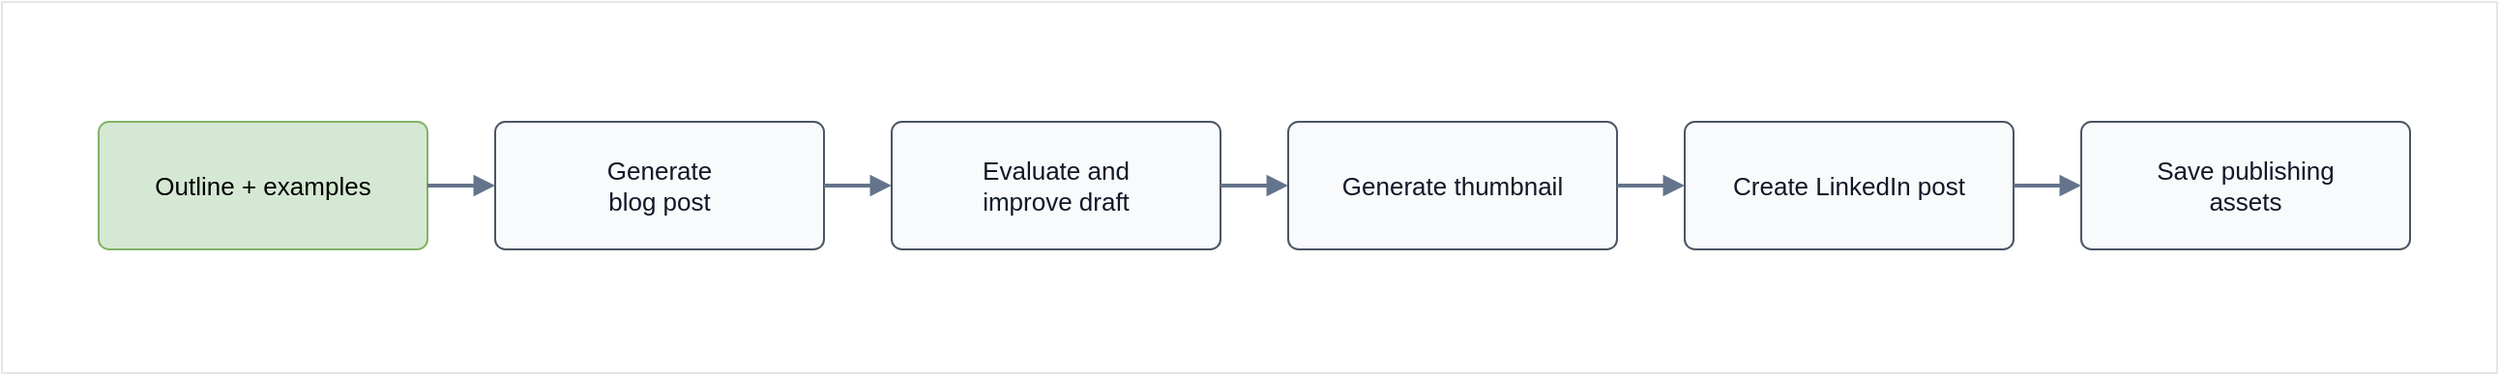
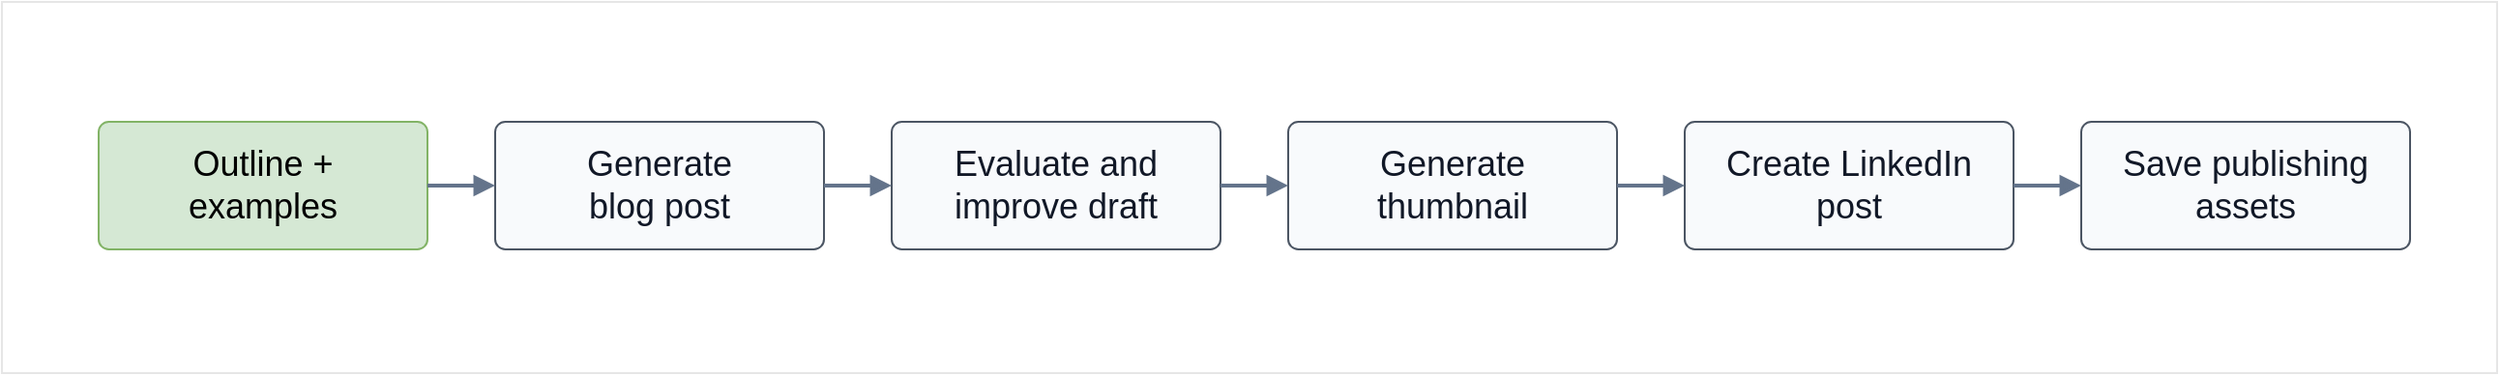
<mxfile host="Electron" agent="Mozilla/5.0 (Windows NT 10.0; Win64; x64) AppleWebKit/537.36 (KHTML, like Gecko) draw.io/29.5.2 Chrome/142.0.7444.265 Electron/39.6.1 Safari/537.36" version="29.5.2">
  <diagram id="ai-content-publishing-workflow" name="AI Content Publishing Workflow">
    <mxGraphModel dx="2660" dy="901" grid="1" gridSize="10" guides="1" tooltips="1" connect="1" arrows="1" fold="1" page="1" pageScale="1" pageWidth="1120" pageHeight="520" math="0" shadow="0">
      <root>
        <mxCell id="0" />
        <mxCell id="1" parent="0" />
        <mxCell id="13mhb8gywU59RStLdDvJ-1" parent="1" style="rounded=0;whiteSpace=wrap;html=1;strokeColor=#E6E6E6;" value="" vertex="1">
          <mxGeometry height="192" width="1290" x="-10" y="118" as="geometry" />
        </mxCell>
-         <mxCell id="id2" parent="1" style="rounded=1;whiteSpace=wrap;html=1;arcSize=8;strokeColor=#82b366;fillColor=#d5e8d4;fontSize=13;spacing=10;" value="Outline + examples" vertex="1">
+         <mxCell id="id2" parent="1" style="rounded=1;whiteSpace=wrap;html=1;arcSize=8;strokeColor=#82b366;fillColor=#d5e8d4;fontSize=18;spacing=10;" value="Outline + examples" vertex="1">
          <mxGeometry height="66" width="170" x="40" y="180" as="geometry" />
        </mxCell>
-         <mxCell id="id3" parent="1" style="rounded=1;whiteSpace=wrap;html=1;arcSize=8;strokeColor=#4b5563;fillColor=#f8fafc;fontColor=#111827;fontSize=13;spacing=10;" value="Generate&lt;br&gt;blog post" vertex="1">
+         <mxCell id="id3" parent="1" style="rounded=1;whiteSpace=wrap;html=1;arcSize=8;strokeColor=#4b5563;fillColor=#f8fafc;fontColor=#111827;fontSize=18;spacing=10;" value="Generate&lt;br&gt;blog post" vertex="1">
          <mxGeometry height="66" width="170" x="245" y="180" as="geometry" />
        </mxCell>
-         <mxCell id="id4" parent="1" style="rounded=1;whiteSpace=wrap;html=1;arcSize=8;strokeColor=#4b5563;fillColor=#f8fafc;fontColor=#111827;fontSize=13;spacing=10;" value="Evaluate and&lt;br&gt;improve draft" vertex="1">
+         <mxCell id="id4" parent="1" style="rounded=1;whiteSpace=wrap;html=1;arcSize=8;strokeColor=#4b5563;fillColor=#f8fafc;fontColor=#111827;fontSize=18;spacing=10;" value="Evaluate and&lt;br&gt;improve draft" vertex="1">
          <mxGeometry height="66" width="170" x="450" y="180" as="geometry" />
        </mxCell>
-         <mxCell id="id5" parent="1" style="rounded=1;whiteSpace=wrap;html=1;arcSize=8;strokeColor=#4b5563;fillColor=#f8fafc;fontColor=#111827;fontSize=13;spacing=10;" value="Generate thumbnail" vertex="1">
+         <mxCell id="id5" parent="1" style="rounded=1;whiteSpace=wrap;html=1;arcSize=8;strokeColor=#4b5563;fillColor=#f8fafc;fontColor=#111827;fontSize=18;spacing=10;" value="Generate thumbnail" vertex="1">
          <mxGeometry height="66" width="170" x="655" y="180" as="geometry" />
        </mxCell>
-         <mxCell id="id6" parent="1" style="rounded=1;whiteSpace=wrap;html=1;arcSize=8;strokeColor=#4b5563;fillColor=#f8fafc;fontColor=#111827;fontSize=13;spacing=10;" value="Create LinkedIn post" vertex="1">
+         <mxCell id="id6" parent="1" style="rounded=1;whiteSpace=wrap;html=1;arcSize=8;strokeColor=#4b5563;fillColor=#f8fafc;fontColor=#111827;fontSize=18;spacing=10;" value="Create LinkedIn post" vertex="1">
          <mxGeometry height="66" width="170" x="860" y="180" as="geometry" />
        </mxCell>
-         <mxCell id="id7" parent="1" style="rounded=1;whiteSpace=wrap;html=1;arcSize=8;strokeColor=#4b5563;fillColor=#f8fafc;fontColor=#111827;fontSize=13;spacing=10;" value="Save publishing&lt;br&gt;assets" vertex="1">
+         <mxCell id="id7" parent="1" style="rounded=1;whiteSpace=wrap;html=1;arcSize=8;strokeColor=#4b5563;fillColor=#f8fafc;fontColor=#111827;fontSize=18;spacing=10;" value="Save publishing&lt;br&gt;assets" vertex="1">
          <mxGeometry height="66" width="170" x="1065" y="180" as="geometry" />
        </mxCell>
        <mxCell id="id8" edge="1" parent="1" source="id2" style="endArrow=block;html=1;rounded=0;strokeWidth=2;strokeColor=#64748b;fontColor=#475569;fontSize=11;" target="id3" value="">
          <mxGeometry relative="1" as="geometry" />
        </mxCell>
        <mxCell id="id9" edge="1" parent="1" source="id3" style="endArrow=block;html=1;rounded=0;strokeWidth=2;strokeColor=#64748b;fontColor=#475569;fontSize=11;" target="id4" value="">
          <mxGeometry relative="1" as="geometry" />
        </mxCell>
        <mxCell id="id10" edge="1" parent="1" source="id4" style="endArrow=block;html=1;rounded=0;strokeWidth=2;strokeColor=#64748b;fontColor=#475569;fontSize=11;" target="id5" value="">
          <mxGeometry relative="1" as="geometry" />
        </mxCell>
        <mxCell id="id11" edge="1" parent="1" source="id5" style="endArrow=block;html=1;rounded=0;strokeWidth=2;strokeColor=#64748b;fontColor=#475569;fontSize=11;" target="id6" value="">
          <mxGeometry relative="1" as="geometry" />
        </mxCell>
        <mxCell id="id12" edge="1" parent="1" source="id6" style="endArrow=block;html=1;rounded=0;strokeWidth=2;strokeColor=#64748b;fontColor=#475569;fontSize=11;" target="id7" value="">
          <mxGeometry relative="1" as="geometry" />
        </mxCell>
      </root>
    </mxGraphModel>
  </diagram>
</mxfile>
